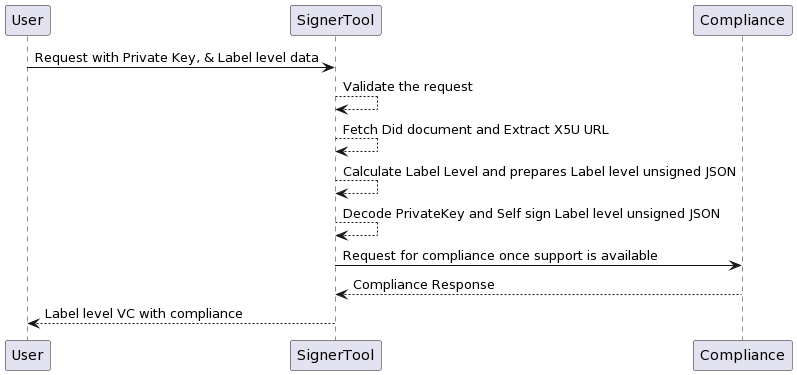
Above: docs/create-label-level.png in smartSenseSolutions/gaia-x-signer-tool (PlantUML), before the change.
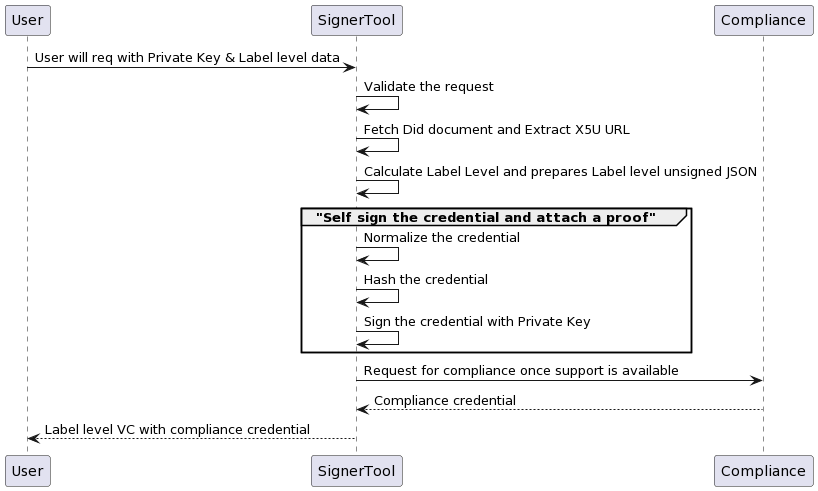
Above is the later version.

Commit message:
fix: service offering and label level sequence diagrams updated

What changed in the source:
```diff
@@ -1,11 +1,16 @@
 @startuml
-User -> SignerTool: Request with Private Key, & Label level data
-SignerTool --> SignerTool: Validate the request
-SignerTool --> SignerTool: Fetch Did document and Extract X5U URL
-SignerTool --> SignerTool: Calculate Label Level and prepares Label level unsigned JSON
-SignerTool --> SignerTool: Decode PrivateKey and Self sign Label level unsigned JSON
+User -> SignerTool: User will req with Private Key & Label level data
+SignerTool -> SignerTool: Validate the request
+SignerTool -> SignerTool: Fetch Did document and Extract X5U URL
+SignerTool -> SignerTool: Calculate Label Level and prepares Label level unsigned JSON
+
+group "Self sign the credential and attach a proof"
+SignerTool -> SignerTool: Normalize the credential
+SignerTool -> SignerTool: Hash the credential
+SignerTool -> SignerTool: Sign the credential with Private Key
+end
+
 SignerTool -> Compliance: Request for compliance once support is available
-
-Compliance --> SignerTool: Compliance Response
-SignerTool --> User: Label level VC with compliance
+Compliance --> SignerTool: Compliance credential
+SignerTool --> User: Label level VC with compliance credential
 @enduml
```
